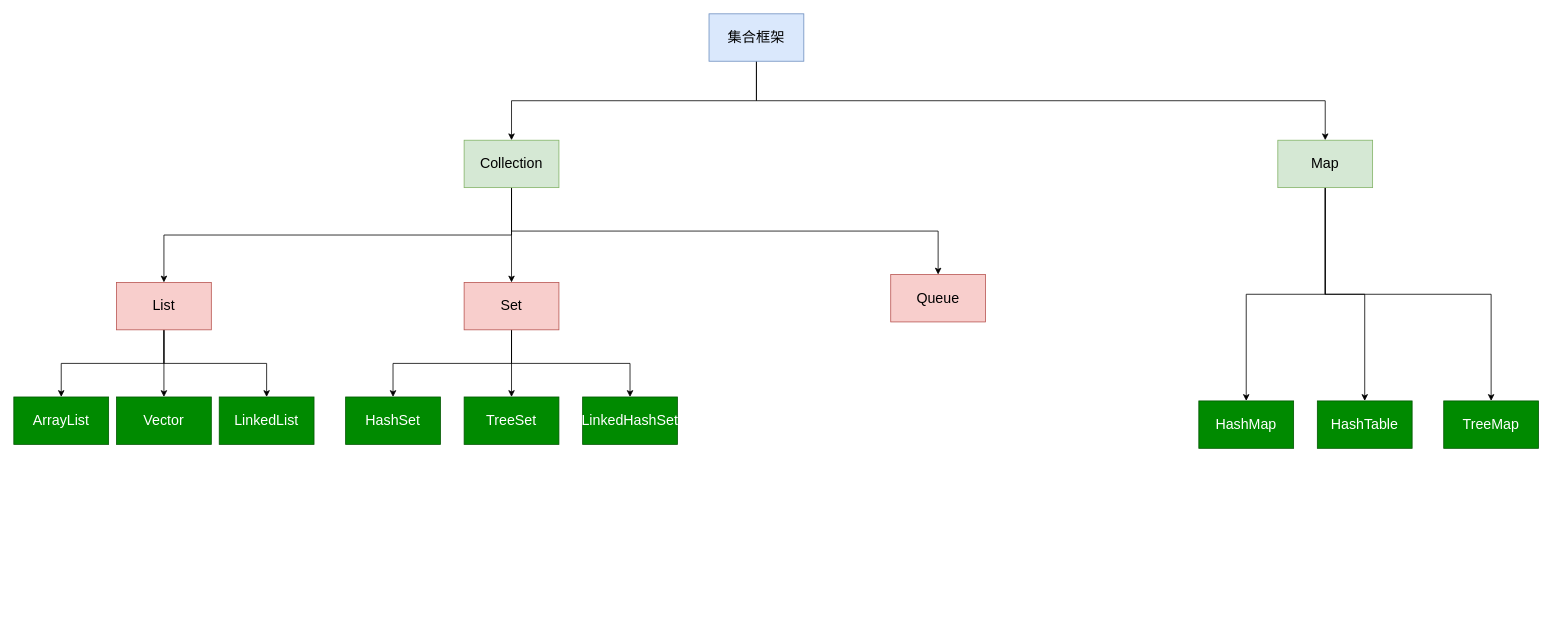
Earlier version of the draw.io diagram Java集合详解.drawio (chenxiaochuan72/draw). Source tidied: cells renumbered, new cells numbered last; positions are measured from the earlier drawing's top-left corner, leaving out a move shared by most shapes. Both pictures are drawn from the tidied source at 79%, with x=0, y=0 at pixel (13, 13).
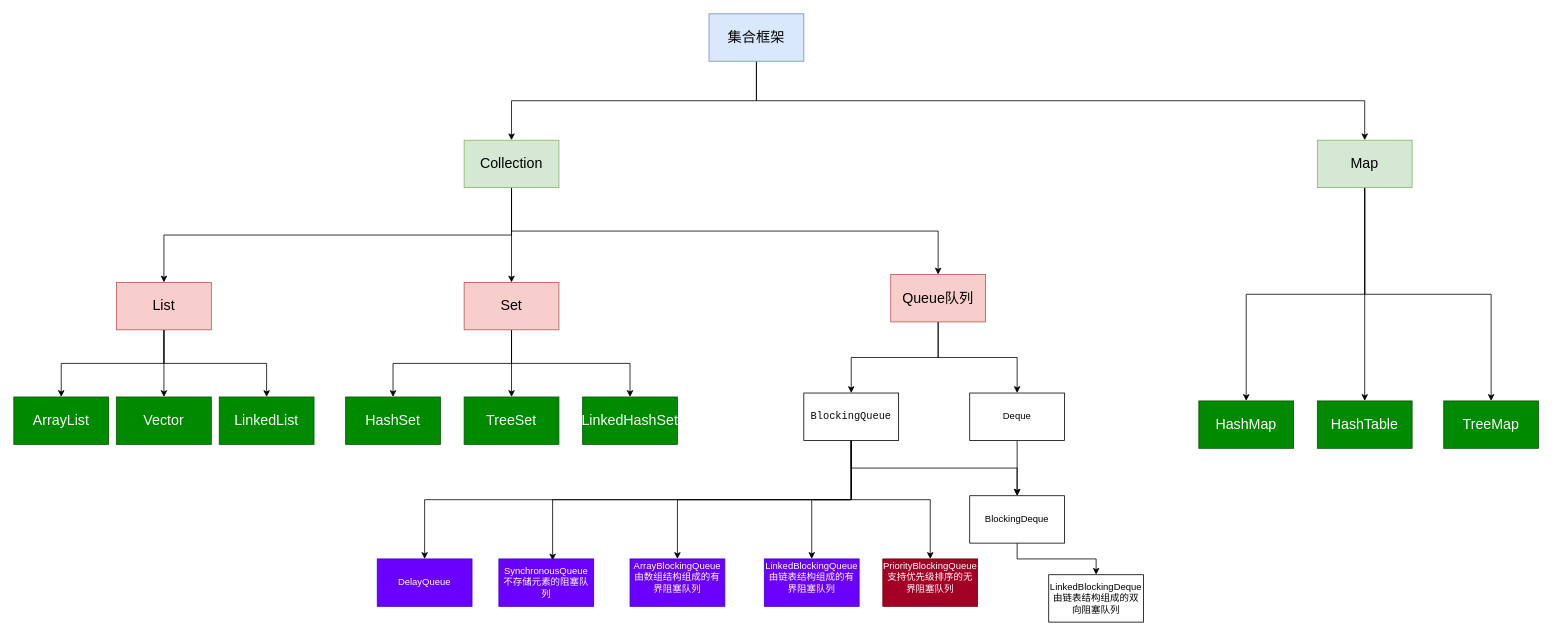
The same diagram, later.

Commit message:
更新Java集合详解.drawio

Change to the diagram source:
```diff
@@
+    <mxCell id="31" style="edgeStyle=orthogonalEdgeStyle;rounded=0;jettySize=auto;html=1;exitX=0.5;exitY=1;exitDx=0;exitDy=0;" parent="1" edge="1" source="23" target="43">
+      <mxGeometry relative="1" as="geometry" />
+    </mxCell>
+    <mxCell id="32" style="edgeStyle=orthogonalEdgeStyle;rounded=0;jettySize=auto;html=1;exitX=0.5;exitY=1;exitDx=0;exitDy=0;" parent="1" edge="1" source="23" target="34">
+      <mxGeometry relative="1" as="geometry" />
+    </mxCell>
-    <mxCell id="23" value="Queue" style="rounded=0;whiteSpace=wrap;html=1;fillColor=#f8cecc;strokeColor=#b85450;fontSize=18;" parent="1" vertex="1">
+    <mxCell id="23" value="Queue队列" style="rounded=0;whiteSpace=wrap;html=1;fillColor=#f8cecc;strokeColor=#b85450;fontSize=18;" parent="1" vertex="1">
       <mxGeometry x="1110" y="330" width="120" height="60" as="geometry" />
     </mxCell>
@@
     <mxCell id="27" value="Map" style="rounded=0;whiteSpace=wrap;html=1;fillColor=#d5e8d4;strokeColor=#82b366;fontSize=18;" parent="1" vertex="1">
-      <mxGeometry x="1600" y="160" width="120" height="60" as="geometry" />
+      <mxGeometry x="1650" y="160" width="120" height="60" as="geometry" />
     </mxCell>
@@
+    <mxCell id="33" style="edgeStyle=orthogonalEdgeStyle;rounded=0;jettySize=auto;html=1;exitX=0.5;exitY=1;exitDx=0;exitDy=0;entryX=0.5;entryY=0;entryDx=0;entryDy=0;" parent="1" edge="1" source="34" target="36">
+      <mxGeometry relative="1" as="geometry" />
+    </mxCell>
+    <mxCell id="34" value="Deque" style="rounded=0;whiteSpace=wrap;html=1;" parent="1" vertex="1">
+      <mxGeometry x="1210" y="480" width="120" height="60" as="geometry" />
+    </mxCell>
+    <mxCell id="35" style="edgeStyle=orthogonalEdgeStyle;rounded=0;jettySize=auto;html=1;exitX=0.5;exitY=1;exitDx=0;exitDy=0;entryX=0.5;entryY=0;entryDx=0;entryDy=0;" parent="1" edge="1" source="36" target="49">
+      <mxGeometry relative="1" as="geometry" />
+    </mxCell>
+    <mxCell id="36" value="BlockingDeque" style="rounded=0;whiteSpace=wrap;html=1;" parent="1" vertex="1">
+      <mxGeometry x="1210" y="610" width="120" height="60" as="geometry" />
+    </mxCell>
+    <mxCell id="37" style="edgeStyle=orthogonalEdgeStyle;rounded=0;jettySize=auto;html=1;exitX=0.5;exitY=1;exitDx=0;exitDy=0;entryX=0.5;entryY=0;entryDx=0;entryDy=0;" parent="1" edge="1" source="43" target="36">
+      <mxGeometry relative="1" as="geometry" />
+    </mxCell>
+    <mxCell id="38" style="edgeStyle=orthogonalEdgeStyle;rounded=0;jettySize=auto;html=1;exitX=0.5;exitY=1;exitDx=0;exitDy=0;" parent="1" edge="1" source="43" target="48">
+      <mxGeometry relative="1" as="geometry" />
+    </mxCell>
+    <mxCell id="39" style="edgeStyle=orthogonalEdgeStyle;rounded=0;jettySize=auto;html=1;exitX=0.5;exitY=1;exitDx=0;exitDy=0;entryX=0.567;entryY=0.033;entryDx=0;entryDy=0;entryPerimeter=0;" parent="1" edge="1" source="43" target="47">
+      <mxGeometry relative="1" as="geometry" />
+    </mxCell>
+    <mxCell id="40" style="edgeStyle=orthogonalEdgeStyle;rounded=0;jettySize=auto;html=1;exitX=0.5;exitY=1;exitDx=0;exitDy=0;entryX=0.5;entryY=0;entryDx=0;entryDy=0;" parent="1" edge="1" source="43" target="45">
+      <mxGeometry relative="1" as="geometry" />
+    </mxCell>
+    <mxCell id="41" style="edgeStyle=orthogonalEdgeStyle;rounded=0;jettySize=auto;html=1;exitX=0.5;exitY=1;exitDx=0;exitDy=0;" parent="1" edge="1" source="43" target="44">
+      <mxGeometry relative="1" as="geometry" />
+    </mxCell>
+    <mxCell id="42" style="edgeStyle=orthogonalEdgeStyle;rounded=0;jettySize=auto;html=1;exitX=0.5;exitY=1;exitDx=0;exitDy=0;entryX=0.5;entryY=0;entryDx=0;entryDy=0;" parent="1" edge="1" source="43" target="46">
+      <mxGeometry relative="1" as="geometry">
+        <Array as="points">
+          <mxPoint x="1060" y="615" />
+          <mxPoint x="1160" y="615" />
+        </Array>
+      </mxGeometry>
+    </mxCell>
+    <mxCell id="43" value="&lt;div style=&quot;text-align: start; background-color: rgb(255, 255, 255); color: rgb(8, 8, 8); font-family: &amp;quot;JetBrains Mono&amp;quot;, monospace; font-size: 9.8pt;&quot;&gt;&lt;pre&gt;&lt;div style=&quot;font-family: &amp;quot;JetBrains Mono&amp;quot;, monospace; font-size: 9.8pt;&quot;&gt;&lt;pre&gt;BlockingQueue&lt;/pre&gt;&lt;/div&gt;&lt;/pre&gt;&lt;/div&gt;" style="rounded=0;whiteSpace=wrap;html=1;" parent="1" vertex="1">
+      <mxGeometry x="1000" y="480" width="120" height="60" as="geometry" />
+    </mxCell>
+    <mxCell id="44" value="LinkedBlockingQueue&lt;br&gt;&lt;div&gt;由链表结构组成的有界阻塞队列&lt;/div&gt;&lt;div&gt;&lt;br&gt;&lt;/div&gt;" style="rounded=0;whiteSpace=wrap;html=1;fillColor=#6a00ff;fontColor=#ffffff;strokeColor=#3700CC;" parent="1" vertex="1">
+      <mxGeometry x="950" y="690" width="120" height="60" as="geometry" />
+    </mxCell>
+    <mxCell id="45" value="ArrayBlockingQueue&lt;br&gt;&lt;div&gt;由数组结构组成的有界阻塞队列&lt;/div&gt;&lt;div&gt;&lt;br&gt;&lt;/div&gt;" style="rounded=0;whiteSpace=wrap;html=1;fillColor=#6a00ff;fontColor=#ffffff;strokeColor=#3700CC;" parent="1" vertex="1">
+      <mxGeometry x="780" y="690" width="120" height="60" as="geometry" />
+    </mxCell>
+    <mxCell id="46" value="PriorityBlockingQueue&lt;br&gt;&lt;div&gt;支持优先级排序的无界阻塞队列&lt;/div&gt;&lt;div&gt;&lt;br&gt;&lt;/div&gt;" style="rounded=0;whiteSpace=wrap;html=1;fillColor=#a20025;fontColor=#ffffff;strokeColor=#6F0000;" parent="1" vertex="1">
+      <mxGeometry x="1100" y="690" width="120" height="60" as="geometry" />
+    </mxCell>
+    <mxCell id="47" value="SynchronousQueue&lt;br&gt;不存储元素的阻塞队列" style="rounded=0;whiteSpace=wrap;html=1;fillColor=#6a00ff;fontColor=#ffffff;strokeColor=#3700CC;" parent="1" vertex="1">
+      <mxGeometry x="614" y="690" width="120" height="60" as="geometry" />
+    </mxCell>
+    <mxCell id="48" value="DelayQueue" style="rounded=0;whiteSpace=wrap;html=1;fillColor=#6a00ff;fontColor=#ffffff;strokeColor=#3700CC;" parent="1" vertex="1">
+      <mxGeometry x="460" y="690" width="120" height="60" as="geometry" />
+    </mxCell>
+    <mxCell id="49" value="LinkedBlockingDeque&lt;br&gt;由链表结构组成的双向阻塞队列" style="rounded=0;whiteSpace=wrap;html=1;" parent="1" vertex="1">
+      <mxGeometry x="1310" y="710" width="120" height="60" as="geometry" />
+    </mxCell>
```
